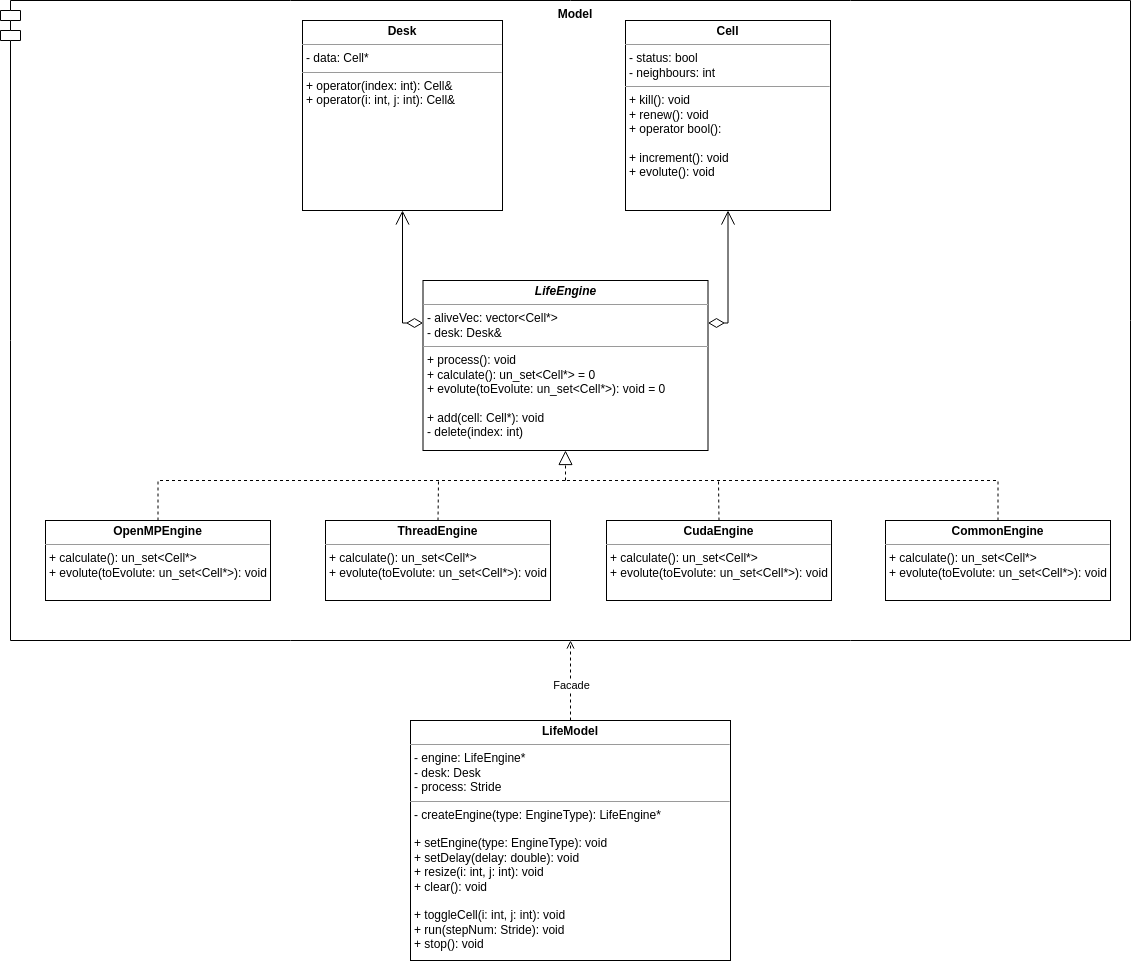
This is doc/ClassDiagram.png from GregorGall/LifeLib, a draw.io export, as it was before one commit. Source tidied: cells renumbered, new cells last; positions are measured from the earlier drawing's top-left corner, leaving out a move shared by most shapes.
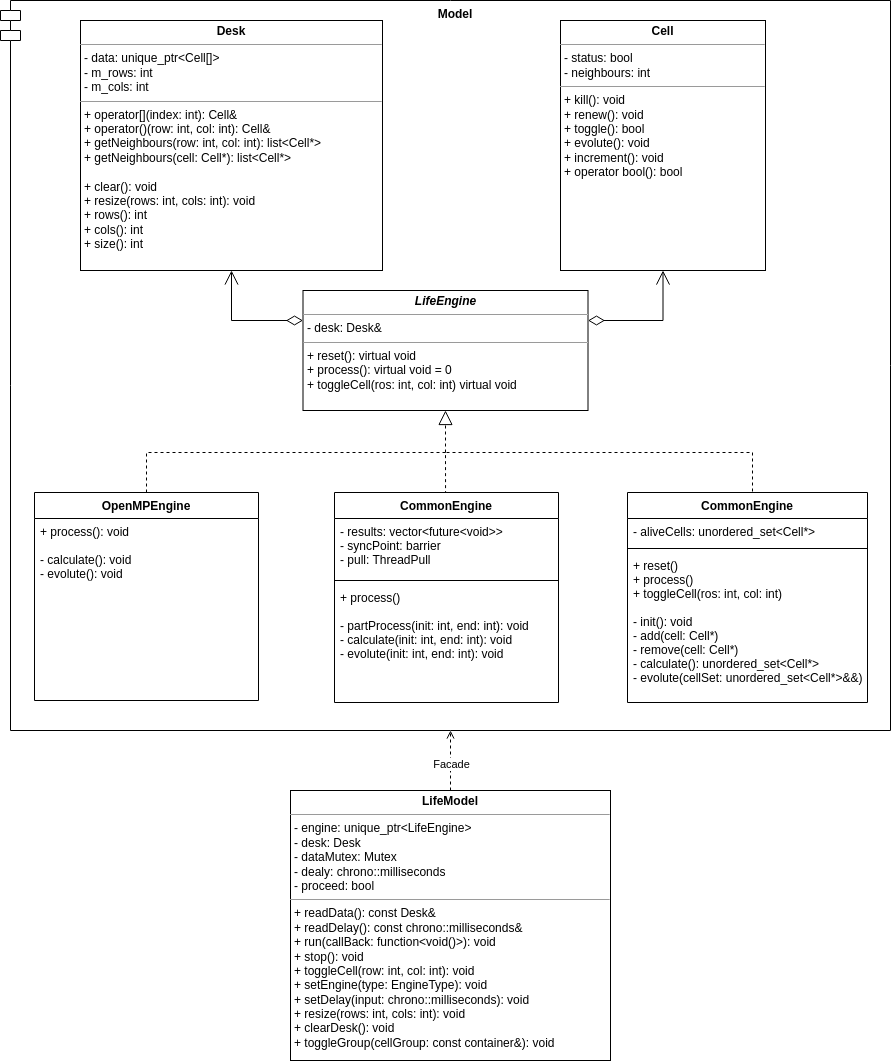
After the change.

Diff of the diagram source:
```diff
@@ -3,84 +3,99 @@
     <mxCell id="0" />
     <mxCell id="1" parent="0" />
     <mxCell id="2" value="Model" style="shape=module;align=left;spacingLeft=20;align=center;verticalAlign=top;fontStyle=1;" parent="1" vertex="1">
-      <mxGeometry width="1130" height="640" as="geometry" />
+      <mxGeometry x="120" width="890" height="730" as="geometry" />
     </mxCell>
-    <mxCell id="3" value="&lt;p style=&quot;margin: 0px ; margin-top: 4px ; text-align: center&quot;&gt;&lt;b&gt;Desk&lt;/b&gt;&lt;/p&gt;&lt;hr size=&quot;1&quot;&gt;&lt;p style=&quot;margin: 0px ; margin-left: 4px&quot;&gt;- data: Cell*&lt;/p&gt;&lt;hr size=&quot;1&quot;&gt;&lt;p style=&quot;margin: 0px ; margin-left: 4px&quot;&gt;+ operator(index: int): Cell&amp;amp;&lt;/p&gt;&lt;p style=&quot;margin: 0px ; margin-left: 4px&quot;&gt;+ operator(i: int, j: int): Cell&amp;amp;&lt;/p&gt;" style="verticalAlign=top;align=left;overflow=fill;fontSize=12;fontFamily=Helvetica;html=1;" parent="1" vertex="1">
-      <mxGeometry x="302" y="20" width="200" height="190" as="geometry" />
+    <mxCell id="3" value="&lt;p style=&quot;margin: 0px ; margin-top: 4px ; text-align: center&quot;&gt;&lt;b&gt;Desk&lt;/b&gt;&lt;/p&gt;&lt;hr size=&quot;1&quot;&gt;&lt;p style=&quot;margin: 0px ; margin-left: 4px&quot;&gt;- data: unique_ptr&amp;lt;Cell[]&amp;gt;&lt;/p&gt;&lt;p style=&quot;margin: 0px ; margin-left: 4px&quot;&gt;- m_rows: int&lt;/p&gt;&lt;p style=&quot;margin: 0px ; margin-left: 4px&quot;&gt;- m_cols: int&lt;/p&gt;&lt;hr size=&quot;1&quot;&gt;&lt;p style=&quot;margin: 0px ; margin-left: 4px&quot;&gt;+ operator[](index: int): Cell&amp;amp;&lt;/p&gt;&lt;p style=&quot;margin: 0px ; margin-left: 4px&quot;&gt;+ operator()(row: int, col: int): Cell&amp;amp;&lt;/p&gt;&lt;p style=&quot;margin: 0px ; margin-left: 4px&quot;&gt;+ getNeighbours(row: int, col: int): list&amp;lt;Cell*&amp;gt;&lt;/p&gt;&lt;p style=&quot;margin: 0px ; margin-left: 4px&quot;&gt;+ getNeighbours(cell: Cell*): list&amp;lt;Cell*&amp;gt;&lt;br&gt;&lt;/p&gt;&lt;p style=&quot;margin: 0px ; margin-left: 4px&quot;&gt;&lt;br&gt;&lt;/p&gt;&lt;p style=&quot;margin: 0px ; margin-left: 4px&quot;&gt;+ clear(): void&lt;/p&gt;&lt;p style=&quot;margin: 0px ; margin-left: 4px&quot;&gt;+ resize(rows: int, cols: int): void&lt;/p&gt;&lt;p style=&quot;margin: 0px ; margin-left: 4px&quot;&gt;+ rows(): int&lt;/p&gt;&lt;p style=&quot;margin: 0px ; margin-left: 4px&quot;&gt;+ cols(): int&lt;/p&gt;&lt;p style=&quot;margin: 0px ; margin-left: 4px&quot;&gt;+ size(): int&lt;/p&gt;&lt;p style=&quot;margin: 0px ; margin-left: 4px&quot;&gt;&lt;br&gt;&lt;/p&gt;" style="verticalAlign=top;align=left;overflow=fill;fontSize=12;fontFamily=Helvetica;html=1;" parent="1" vertex="1">
+      <mxGeometry x="200" y="20" width="302" height="250" as="geometry" />
     </mxCell>
-    <mxCell id="4" value="&lt;p style=&quot;margin: 0px ; margin-top: 4px ; text-align: center&quot;&gt;&lt;b&gt;Cell&lt;/b&gt;&lt;/p&gt;&lt;hr size=&quot;1&quot;&gt;&lt;p style=&quot;margin: 0px ; margin-left: 4px&quot;&gt;- status: bool&lt;/p&gt;&lt;p style=&quot;margin: 0px ; margin-left: 4px&quot;&gt;- neighbours: int&lt;/p&gt;&lt;hr size=&quot;1&quot;&gt;&lt;p style=&quot;margin: 0px ; margin-left: 4px&quot;&gt;+ kill(): void&lt;/p&gt;&lt;p style=&quot;margin: 0px ; margin-left: 4px&quot;&gt;+ renew(): void&lt;/p&gt;&lt;p style=&quot;margin: 0px ; margin-left: 4px&quot;&gt;+ operator bool():&lt;/p&gt;&lt;p style=&quot;margin: 0px ; margin-left: 4px&quot;&gt;&lt;br&gt;&lt;/p&gt;&lt;p style=&quot;margin: 0px ; margin-left: 4px&quot;&gt;+ increment(): void&lt;br&gt;&lt;/p&gt;&lt;p style=&quot;margin: 0px ; margin-left: 4px&quot;&gt;+ evolute(): void&lt;/p&gt;" style="verticalAlign=top;align=left;overflow=fill;fontSize=12;fontFamily=Helvetica;html=1;" parent="1" vertex="1">
-      <mxGeometry x="625" y="20" width="205" height="190" as="geometry" />
+    <mxCell id="4" value="&lt;p style=&quot;margin: 0px ; margin-top: 4px ; text-align: center&quot;&gt;&lt;b&gt;Cell&lt;/b&gt;&lt;/p&gt;&lt;hr size=&quot;1&quot;&gt;&lt;p style=&quot;margin: 0px ; margin-left: 4px&quot;&gt;- status: bool&lt;/p&gt;&lt;p style=&quot;margin: 0px ; margin-left: 4px&quot;&gt;- neighbours: int&lt;/p&gt;&lt;hr size=&quot;1&quot;&gt;&lt;p style=&quot;margin: 0px ; margin-left: 4px&quot;&gt;+ kill(): void&lt;/p&gt;&lt;p style=&quot;margin: 0px ; margin-left: 4px&quot;&gt;+ renew(): void&lt;/p&gt;&lt;p style=&quot;margin: 0px ; margin-left: 4px&quot;&gt;+ toggle(): bool&lt;/p&gt;&lt;p style=&quot;margin: 0px ; margin-left: 4px&quot;&gt;+ evolute(): void&lt;/p&gt;&lt;p style=&quot;margin: 0px ; margin-left: 4px&quot;&gt;+ increment(): void&lt;/p&gt;&lt;p style=&quot;margin: 0px ; margin-left: 4px&quot;&gt;+ operator bool(): bool&lt;/p&gt;&lt;p style=&quot;margin: 0px ; margin-left: 4px&quot;&gt;&lt;br&gt;&lt;/p&gt;" style="verticalAlign=top;align=left;overflow=fill;fontSize=12;fontFamily=Helvetica;html=1;" parent="1" vertex="1">
+      <mxGeometry x="680" y="20" width="205" height="250" as="geometry" />
     </mxCell>
-    <mxCell id="5" value="&lt;p style=&quot;margin: 0px ; margin-top: 4px ; text-align: center&quot;&gt;&lt;i&gt;&lt;b&gt;LifeEngine&lt;/b&gt;&lt;/i&gt;&lt;/p&gt;&lt;hr size=&quot;1&quot;&gt;&lt;p style=&quot;margin: 0px ; margin-left: 4px&quot;&gt;- aliveVec: vector&amp;lt;Cell*&amp;gt;&lt;br&gt;- desk: Desk&amp;amp;&lt;/p&gt;&lt;hr size=&quot;1&quot;&gt;&lt;p style=&quot;margin: 0px ; margin-left: 4px&quot;&gt;+ process(): void&lt;/p&gt;&lt;p style=&quot;margin: 0px ; margin-left: 4px&quot;&gt;+ calculate(): un_set&amp;lt;Cell*&amp;gt; = 0&lt;/p&gt;&lt;p style=&quot;margin: 0px ; margin-left: 4px&quot;&gt;+ evolute(toEvolute: un_set&amp;lt;Cell*&amp;gt;): void = 0&lt;/p&gt;&lt;p style=&quot;margin: 0px ; margin-left: 4px&quot;&gt;&lt;br&gt;&lt;/p&gt;&lt;p style=&quot;margin: 0px ; margin-left: 4px&quot;&gt;+ add(cell: Cell*): void&lt;/p&gt;&lt;p style=&quot;margin: 0px ; margin-left: 4px&quot;&gt;- delete(index: int)&lt;/p&gt;&lt;p style=&quot;margin: 0px ; margin-left: 4px&quot;&gt;&lt;br&gt;&lt;/p&gt;" style="verticalAlign=top;align=left;overflow=fill;fontSize=12;fontFamily=Helvetica;html=1;" parent="1" vertex="1">
-      <mxGeometry x="422.5" y="280" width="285" height="170" as="geometry" />
+    <mxCell id="5" value="&lt;p style=&quot;margin: 0px ; margin-top: 4px ; text-align: center&quot;&gt;&lt;i&gt;&lt;b&gt;LifeEngine&lt;/b&gt;&lt;/i&gt;&lt;/p&gt;&lt;hr size=&quot;1&quot;&gt;&lt;p style=&quot;margin: 0px ; margin-left: 4px&quot;&gt;- desk: Desk&amp;amp;&lt;/p&gt;&lt;hr size=&quot;1&quot;&gt;&lt;p style=&quot;margin: 0px ; margin-left: 4px&quot;&gt;+ reset(): virtual void&lt;br&gt;&lt;/p&gt;&lt;p style=&quot;margin: 0px ; margin-left: 4px&quot;&gt;+ process(): virtual void = 0&lt;/p&gt;&lt;p style=&quot;margin: 0px ; margin-left: 4px&quot;&gt;+ toggleCell(ros: int, col: int) virtual void&lt;/p&gt;&lt;p style=&quot;margin: 0px ; margin-left: 4px&quot;&gt;&lt;br&gt;&lt;/p&gt;" style="verticalAlign=top;align=left;overflow=fill;fontSize=12;fontFamily=Helvetica;html=1;" parent="1" vertex="1">
+      <mxGeometry x="422.5" y="290" width="285" height="120" as="geometry" />
     </mxCell>
     <mxCell id="6" style="endArrow=open;html=1;endSize=12;startArrow=diamondThin;startSize=14;startFill=0;edgeStyle=orthogonalEdgeStyle;align=left;verticalAlign=bottom;rounded=0;entryX=0.5;entryY=1;entryDx=0;entryDy=0;jumpSize=6;exitX=0;exitY=0.25;exitDx=0;exitDy=0;" parent="1" edge="1" source="5" target="3">
       <mxGeometry x="-1" y="3" relative="1" as="geometry">
         <Array as="points">
-          <mxPoint x="402" y="323" />
+          <mxPoint x="351" y="320" />
         </Array>
       </mxGeometry>
     </mxCell>
     <mxCell id="7" style="endArrow=open;html=1;endSize=12;startArrow=diamondThin;startSize=14;startFill=0;edgeStyle=orthogonalEdgeStyle;align=left;verticalAlign=bottom;rounded=0;jumpSize=6;entryX=0.5;entryY=1;entryDx=0;entryDy=0;exitX=1;exitY=0.25;exitDx=0;exitDy=0;" parent="1" edge="1" source="5" target="4">
       <mxGeometry x="-1" y="3" relative="1" as="geometry">
         <Array as="points">
-          <mxPoint x="728" y="323" />
+          <mxPoint x="783" y="320" />
         </Array>
       </mxGeometry>
     </mxCell>
-    <mxCell id="8" style="endArrow=block;dashed=1;endFill=0;endSize=12;html=1;rounded=0;jumpSize=6;entryX=0.5;entryY=1;entryDx=0;entryDy=0;" parent="1" edge="1" target="5">
+    <mxCell id="8" style="endArrow=block;dashed=1;endFill=0;endSize=12;html=1;rounded=0;jumpSize=6;" parent="1" edge="1">
       <mxGeometry relative="1" as="geometry">
-        <mxPoint x="565" y="480" as="sourcePoint" />
+        <mxPoint x="565" y="452" as="sourcePoint" />
+        <mxPoint x="565" y="410" as="targetPoint" />
       </mxGeometry>
     </mxCell>
-    <mxCell id="9" value="&lt;p style=&quot;margin: 0px ; margin-top: 4px ; text-align: center&quot;&gt;&lt;b&gt;ThreadEngine&lt;/b&gt;&lt;/p&gt;&lt;hr size=&quot;1&quot;&gt;&lt;p style=&quot;margin: 0px 0px 0px 4px&quot;&gt;+ calculate(): un_set&amp;lt;Cell*&amp;gt;&lt;/p&gt;&lt;p style=&quot;margin: 0px 0px 0px 4px&quot;&gt;+ evolute(toEvolute: un_set&amp;lt;Cell*&amp;gt;): void&amp;nbsp;&lt;/p&gt;" style="verticalAlign=top;align=left;overflow=fill;fontSize=12;fontFamily=Helvetica;html=1;" parent="1" vertex="1">
-      <mxGeometry x="325" y="520" width="225" height="80" as="geometry" />
-    </mxCell>
-    <mxCell id="10" value="&lt;p style=&quot;margin: 0px ; margin-top: 4px ; text-align: center&quot;&gt;&lt;b&gt;OpenMPEngine&lt;/b&gt;&lt;/p&gt;&lt;hr size=&quot;1&quot;&gt;&lt;p style=&quot;margin: 0px 0px 0px 4px&quot;&gt;+ calculate(): un_set&amp;lt;Cell*&amp;gt;&lt;/p&gt;&lt;p style=&quot;margin: 0px 0px 0px 4px&quot;&gt;+ evolute(toEvolute: un_set&amp;lt;Cell*&amp;gt;): void&amp;nbsp;&lt;/p&gt;" style="verticalAlign=top;align=left;overflow=fill;fontSize=12;fontFamily=Helvetica;html=1;" parent="1" vertex="1">
-      <mxGeometry x="45" y="520" width="225" height="80" as="geometry" />
-    </mxCell>
-    <mxCell id="11" value="&lt;p style=&quot;margin: 0px ; margin-top: 4px ; text-align: center&quot;&gt;&lt;b&gt;CudaEngine&lt;/b&gt;&lt;br&gt;&lt;/p&gt;&lt;hr size=&quot;1&quot;&gt;&lt;p style=&quot;margin: 0px 0px 0px 4px&quot;&gt;+ calculate(): un_set&amp;lt;Cell*&amp;gt;&lt;/p&gt;&lt;p style=&quot;margin: 0px 0px 0px 4px&quot;&gt;+ evolute(toEvolute: un_set&amp;lt;Cell*&amp;gt;): void&amp;nbsp;&lt;/p&gt;" style="verticalAlign=top;align=left;overflow=fill;fontSize=12;fontFamily=Helvetica;html=1;" parent="1" vertex="1">
-      <mxGeometry x="606" y="520" width="225" height="80" as="geometry" />
-    </mxCell>
-    <mxCell id="12" style="endArrow=none;dashed=1;endFill=0;endSize=12;html=1;rounded=0;jumpSize=6;exitX=0.5;exitY=0;exitDx=0;exitDy=0;edgeStyle=orthogonalEdgeStyle;" parent="1" edge="1" source="10">
+    <mxCell id="12" style="endArrow=none;dashed=1;endFill=0;endSize=12;html=1;rounded=0;jumpSize=6;exitX=0.5;exitY=0;exitDx=0;exitDy=0;edgeStyle=orthogonalEdgeStyle;" parent="1" edge="1" source="24">
       <mxGeometry relative="1" as="geometry">
-        <mxPoint x="565" y="480" as="targetPoint" />
+        <mxPoint x="565" y="452" as="targetPoint" />
         <Array as="points">
-          <mxPoint x="157" y="480" />
+          <mxPoint x="266" y="452" />
         </Array>
       </mxGeometry>
     </mxCell>
-    <mxCell id="13" value="&lt;p style=&quot;margin: 0px ; margin-top: 4px ; text-align: center&quot;&gt;&lt;b&gt;CommonEngine&lt;/b&gt;&lt;br&gt;&lt;/p&gt;&lt;hr size=&quot;1&quot;&gt;&lt;p style=&quot;margin: 0px 0px 0px 4px&quot;&gt;+ calculate(): un_set&amp;lt;Cell*&amp;gt;&lt;/p&gt;&lt;p style=&quot;margin: 0px 0px 0px 4px&quot;&gt;+ evolute(toEvolute: un_set&amp;lt;Cell*&amp;gt;): void&amp;nbsp;&lt;/p&gt;" style="verticalAlign=top;align=left;overflow=fill;fontSize=12;fontFamily=Helvetica;html=1;" parent="1" vertex="1">
-      <mxGeometry x="885" y="520" width="225" height="80" as="geometry" />
-    </mxCell>
-    <mxCell id="14" style="endArrow=none;dashed=1;endFill=0;endSize=12;html=1;rounded=0;jumpSize=6;exitX=0.5;exitY=0;exitDx=0;exitDy=0;edgeStyle=orthogonalEdgeStyle;" parent="1" edge="1" source="13">
+    <mxCell id="14" style="endArrow=none;dashed=1;endFill=0;endSize=12;html=1;rounded=0;jumpSize=6;exitX=0.5;exitY=0;exitDx=0;exitDy=0;edgeStyle=orthogonalEdgeStyle;" parent="1" edge="1" source="20">
       <mxGeometry relative="1" as="geometry">
-        <mxPoint x="565" y="480" as="targetPoint" />
+        <mxPoint x="565" y="452" as="targetPoint" />
         <Array as="points">
-          <mxPoint x="997" y="480" />
+          <mxPoint x="872" y="452" />
         </Array>
       </mxGeometry>
     </mxCell>
-    <mxCell id="15" style="endArrow=none;dashed=1;endFill=0;endSize=12;html=1;rounded=0;jumpSize=6;exitX=0.5;exitY=0;exitDx=0;exitDy=0;" parent="1" edge="1" source="9">
+    <mxCell id="15" style="endArrow=none;dashed=1;endFill=0;endSize=12;html=1;rounded=0;jumpSize=6;exitX=0.478;exitY=0.008;exitDx=0;exitDy=0;exitPerimeter=0;" parent="1" edge="1">
       <mxGeometry relative="1" as="geometry">
-        <mxPoint x="438" y="480" as="targetPoint" />
+        <mxPoint x="565.1" y="493.6" as="sourcePoint" />
+        <mxPoint x="565" y="452" as="targetPoint" />
       </mxGeometry>
     </mxCell>
-    <mxCell id="16" style="endArrow=none;dashed=1;endFill=0;endSize=12;html=1;rounded=0;jumpSize=6;exitX=0.5;exitY=0;exitDx=0;exitDy=0;" parent="1" edge="1" source="11">
-      <mxGeometry relative="1" as="geometry">
-        <mxPoint x="718" y="480" as="targetPoint" />
-      </mxGeometry>
-    </mxCell>
-    <mxCell id="17" value="&lt;p style=&quot;margin: 0px ; margin-top: 4px ; text-align: center&quot;&gt;&lt;b&gt;LifeModel&lt;/b&gt;&lt;/p&gt;&lt;hr size=&quot;1&quot;&gt;&lt;p style=&quot;margin: 0px ; margin-left: 4px&quot;&gt;- engine: LifeEngine*&lt;/p&gt;&lt;p style=&quot;margin: 0px ; margin-left: 4px&quot;&gt;- desk: Desk&lt;/p&gt;&lt;p style=&quot;margin: 0px ; margin-left: 4px&quot;&gt;- process: Stride&lt;/p&gt;&lt;hr size=&quot;1&quot;&gt;&lt;p style=&quot;margin: 0px 0px 0px 4px&quot;&gt;- createEngine(type: EngineType): LifeEngine*&lt;/p&gt;&lt;p style=&quot;margin: 0px 0px 0px 4px&quot;&gt;&lt;br&gt;&lt;/p&gt;&lt;p style=&quot;margin: 0px 0px 0px 4px&quot;&gt;+ setEngine(type: EngineType): void&lt;/p&gt;&lt;p style=&quot;margin: 0px 0px 0px 4px&quot;&gt;+ setDelay(delay: double): void&lt;/p&gt;&lt;p style=&quot;margin: 0px 0px 0px 4px&quot;&gt;+ resize(i: int, j: int): void&lt;br&gt;&lt;/p&gt;&lt;p style=&quot;margin: 0px 0px 0px 4px&quot;&gt;+ clear(): void&lt;/p&gt;&lt;p style=&quot;margin: 0px 0px 0px 4px&quot;&gt;&lt;br&gt;&lt;/p&gt;&lt;p style=&quot;margin: 0px 0px 0px 4px&quot;&gt;+ toggleCell(i: int, j: int): void&lt;/p&gt;&lt;p style=&quot;margin: 0px 0px 0px 4px&quot;&gt;+ run(stepNum: Stride): void&lt;/p&gt;&lt;p style=&quot;margin: 0px 0px 0px 4px&quot;&gt;+ stop(): void&lt;/p&gt;&lt;p style=&quot;margin: 0px 0px 0px 4px&quot;&gt;&lt;br&gt;&lt;/p&gt;" style="verticalAlign=top;align=left;overflow=fill;fontSize=12;fontFamily=Helvetica;html=1;" parent="1" vertex="1">
-      <mxGeometry x="410" y="720" width="320" height="240" as="geometry" />
+    <mxCell id="17" value="&lt;p style=&quot;margin: 0px ; margin-top: 4px ; text-align: center&quot;&gt;&lt;b&gt;LifeModel&lt;/b&gt;&lt;/p&gt;&lt;hr size=&quot;1&quot;&gt;&lt;p style=&quot;margin: 0px ; margin-left: 4px&quot;&gt;- engine: unique_ptr&amp;lt;LifeEngine&amp;gt;&lt;/p&gt;&lt;p style=&quot;margin: 0px ; margin-left: 4px&quot;&gt;- desk: Desk&lt;/p&gt;&lt;p style=&quot;margin: 0px ; margin-left: 4px&quot;&gt;- dataMutex: Mutex&lt;/p&gt;&lt;p style=&quot;margin: 0px ; margin-left: 4px&quot;&gt;- dealy: chrono::milliseconds&lt;/p&gt;&lt;p style=&quot;margin: 0px ; margin-left: 4px&quot;&gt;- proceed: bool&lt;/p&gt;&lt;hr size=&quot;1&quot;&gt;&lt;p style=&quot;margin: 0px 0px 0px 4px&quot;&gt;+ readData(): const Desk&amp;amp;&lt;/p&gt;&lt;p style=&quot;margin: 0px 0px 0px 4px&quot;&gt;+ readDelay(): const chrono::milliseconds&amp;amp;&lt;/p&gt;&lt;p style=&quot;margin: 0px 0px 0px 4px&quot;&gt;+ run(callBack: function&amp;lt;void()&amp;gt;): void&lt;/p&gt;&lt;p style=&quot;margin: 0px 0px 0px 4px&quot;&gt;+ stop(): void&lt;/p&gt;&lt;p style=&quot;margin: 0px 0px 0px 4px&quot;&gt;+ toggleCell(row: int, col: int): void&lt;/p&gt;&lt;p style=&quot;margin: 0px 0px 0px 4px&quot;&gt;+ setEngine(type: EngineType): void&lt;/p&gt;&lt;p style=&quot;margin: 0px 0px 0px 4px&quot;&gt;+ setDelay(input: chrono::milliseconds): void&lt;br&gt;&lt;/p&gt;&lt;p style=&quot;margin: 0px 0px 0px 4px&quot;&gt;+ resize(rows: int, cols: int): void&lt;/p&gt;&lt;p style=&quot;margin: 0px 0px 0px 4px&quot;&gt;+ clearDesk(): void&lt;/p&gt;&lt;p style=&quot;margin: 0px 0px 0px 4px&quot;&gt;+ toggleGroup(cellGroup: const container&amp;amp;): void&lt;/p&gt;&lt;p style=&quot;margin: 0px 0px 0px 4px&quot;&gt;&lt;br&gt;&lt;/p&gt;" style="verticalAlign=top;align=left;overflow=fill;fontSize=12;fontFamily=Helvetica;html=1;" parent="1" vertex="1">
+      <mxGeometry x="410" y="790" width="320" height="270" as="geometry" />
     </mxCell>
     <mxCell id="18" style="html=1;verticalAlign=bottom;labelBackgroundColor=none;endArrow=open;endFill=0;dashed=1;rounded=0;jumpSize=6;exitX=0.5;exitY=0;exitDx=0;exitDy=0;" parent="1" edge="1" source="17">
       <mxGeometry relative="1" as="geometry">
-        <mxPoint x="570" y="640" as="targetPoint" />
+        <mxPoint x="570" y="730" as="targetPoint" />
       </mxGeometry>
     </mxCell>
     <mxCell id="19" value="Facade" style="edgeLabel;html=1;align=center;verticalAlign=middle;" parent="18" vertex="1">
       <mxGeometry x="-0.11" relative="1" as="geometry" />
     </mxCell>
+    <mxCell id="20" value="CommonEngine" style="swimlane;fontStyle=1;align=center;verticalAlign=top;horizontal=1;startSize=26;" parent="1" vertex="1">
+      <mxGeometry x="747" y="492" width="240" height="210" as="geometry" />
+    </mxCell>
+    <mxCell id="21" value="- aliveCells: unordered_set&lt;Cell*&gt;" style="text;strokeColor=none;fillColor=none;align=left;verticalAlign=top;spacingLeft=4;spacingRight=4;overflow=hidden;" parent="20" vertex="1">
+      <mxGeometry y="26" width="240" height="26" as="geometry" />
+    </mxCell>
+    <mxCell id="22" style="line;strokeWidth=1;fillColor=none;align=left;verticalAlign=middle;spacingTop=-1;spacingLeft=3;spacingRight=3;labelPosition=right;" parent="20" vertex="1">
+      <mxGeometry y="52" width="240" height="8" as="geometry" />
+    </mxCell>
+    <mxCell id="23" value="+ reset()&#10;+ process()&#10;+ toggleCell(ros: int, col: int)&#10;&#10;- init(): void&#10;- add(cell: Cell*)&#10;- remove(cell: Cell*)&#10;- calculate(): unordered_set&lt;Cell*&gt;&#10;- evolute(cellSet: unordered_set&lt;Cell*&gt;&amp;&amp;)" style="text;strokeColor=none;fillColor=none;align=left;verticalAlign=top;spacingLeft=4;spacingRight=4;overflow=hidden;" parent="20" vertex="1">
+      <mxGeometry y="60" width="240" height="150" as="geometry" />
+    </mxCell>
+    <mxCell id="24" value="OpenMPEngine" style="swimlane;fontStyle=1;align=center;verticalAlign=top;horizontal=1;startSize=26;" parent="1" vertex="1">
+      <mxGeometry x="154" y="492" width="224" height="208" as="geometry" />
+    </mxCell>
+    <mxCell id="25" value="+ process(): void&#10;&#10;- calculate(): void&#10;- evolute(): void" style="text;strokeColor=none;fillColor=none;align=left;verticalAlign=top;spacingLeft=4;spacingRight=4;overflow=hidden;" parent="24" vertex="1">
+      <mxGeometry y="26" width="224" height="182" as="geometry" />
+    </mxCell>
+    <mxCell id="26" value="CommonEngine" style="swimlane;fontStyle=1;align=center;verticalAlign=top;horizontal=1;startSize=26;" parent="1" vertex="1">
+      <mxGeometry x="454" y="492" width="224" height="210" as="geometry" />
+    </mxCell>
+    <mxCell id="27" value="- results: vector&lt;future&lt;void&gt;&gt;&#10;- syncPoint: barrier&#10;- pull: ThreadPull" style="text;strokeColor=none;fillColor=none;align=left;verticalAlign=top;spacingLeft=4;spacingRight=4;overflow=hidden;" parent="26" vertex="1">
+      <mxGeometry y="26" width="224" height="58" as="geometry" />
+    </mxCell>
+    <mxCell id="28" style="line;strokeWidth=1;fillColor=none;align=left;verticalAlign=middle;spacingTop=-1;spacingLeft=3;spacingRight=3;labelPosition=right;" parent="26" vertex="1">
+      <mxGeometry y="84" width="224" height="8" as="geometry" />
+    </mxCell>
+    <mxCell id="29" value="+ process()&#10;&#10;- partProcess(init: int, end: int): void&#10;- calculate(init: int, end: int): void&#10;- evolute(init: int, end: int): void" style="text;strokeColor=none;fillColor=none;align=left;verticalAlign=top;spacingLeft=4;spacingRight=4;overflow=hidden;" parent="26" vertex="1">
+      <mxGeometry y="92" width="224" height="118" as="geometry" />
+    </mxCell>
   </root>
 </mxGraphModel>
```
